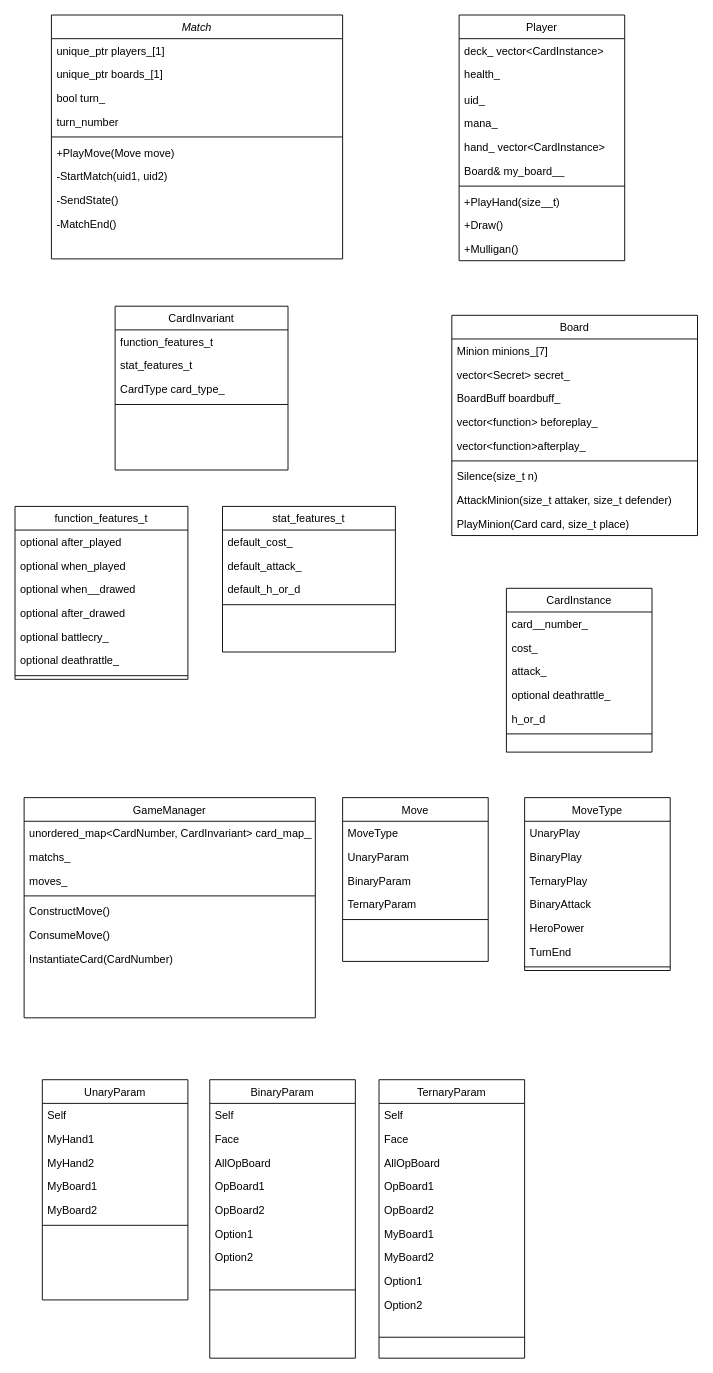
Before: overview.drawio in gsgyuhwan/hs_game_server_toyproject, a draw.io diagram. Source tidied: cells renumbered, new cells numbered last; positions are measured from the earlier drawing's top-left corner, leaving out a move shared by most shapes. Both pictures are drawn from the tidied source at 91%, with x=0, y=0 at pixel (15, 15).
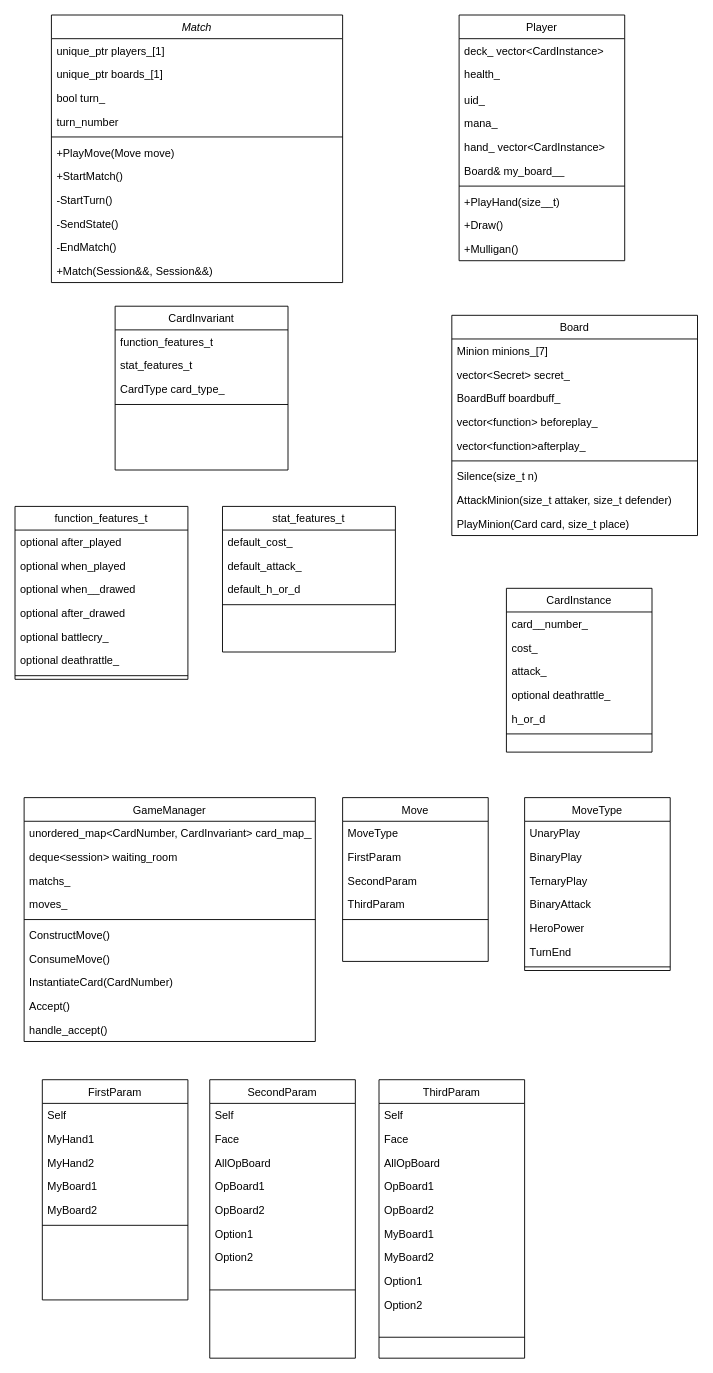
Above is the later version.

The change refers to these unchanged cells:
```xml
<mxCell id="53" value="Move" style="swimlane;fontStyle=0;align=center;verticalAlign=top;horizontal=1;startSize=26;rounded=0;shadow=0;strokeWidth=1;" parent="1" vertex="1">
  <mxGeometry x="360" y="860" width="160" height="180" as="geometry" />
</mxCell>
```

What changed in the source:
```diff
@@
     <mxCell id="2" value="Match" style="swimlane;fontStyle=2;align=center;verticalAlign=top;horizontal=1;startSize=26;rounded=0;shadow=0;strokeWidth=1;" parent="1" vertex="1">
-      <mxGeometry x="40" width="320" height="268" as="geometry" />
+      <mxGeometry x="40" width="320" height="294" as="geometry" />
     </mxCell>
@@
-    <mxCell id="9" value="-StartMatch(uid1, uid2)" style="text;align=left;verticalAlign=top;spacingLeft=4;spacingRight=4;overflow=hidden;rounded=0;shadow=0;html=0;" parent="2" vertex="1">
+    <mxCell id="9" value="+StartMatch()" style="text;align=left;verticalAlign=top;spacingLeft=4;spacingRight=4;overflow=hidden;rounded=0;shadow=0;html=0;" parent="2" vertex="1">
       <mxGeometry y="164" width="320" height="26" as="geometry" />
     </mxCell>
+    <mxCell id="107" value="-StartTurn()" style="text;align=left;verticalAlign=top;spacingLeft=4;spacingRight=4;overflow=hidden;rounded=0;shadow=0;html=0;" parent="2" vertex="1">
+      <mxGeometry y="190" width="320" height="26" as="geometry" />
+    </mxCell>
     <mxCell id="10" value="-SendState()" style="text;align=left;verticalAlign=top;spacingLeft=4;spacingRight=4;overflow=hidden;rounded=0;shadow=0;html=0;" parent="2" vertex="1">
-      <mxGeometry y="190" width="320" height="26" as="geometry" />
+      <mxGeometry y="216" width="320" height="26" as="geometry" />
     </mxCell>
-    <mxCell id="11" value="-MatchEnd()" style="text;align=left;verticalAlign=top;spacingLeft=4;spacingRight=4;overflow=hidden;rounded=0;shadow=0;html=0;" parent="2" vertex="1">
-      <mxGeometry y="216" width="320" height="26" as="geometry" />
+    <mxCell id="11" value="-EndMatch()" style="text;align=left;verticalAlign=top;spacingLeft=4;spacingRight=4;overflow=hidden;rounded=0;shadow=0;html=0;" parent="2" vertex="1">
+      <mxGeometry y="242" width="320" height="26" as="geometry" />
     </mxCell>
+    <mxCell id="108" value="+Match(Session&amp;&amp;, Session&amp;&amp;)" style="text;align=left;verticalAlign=top;spacingLeft=4;spacingRight=4;overflow=hidden;rounded=0;shadow=0;html=0;" parent="2" vertex="1">
+      <mxGeometry y="268" width="320" height="26" as="geometry" />
+    </mxCell>
@@
     <mxCell id="45" value="GameManager" style="swimlane;fontStyle=0;align=center;verticalAlign=top;horizontal=1;startSize=26;rounded=0;shadow=0;strokeWidth=1;" parent="1" vertex="1">
-      <mxGeometry x="10" y="860" width="320" height="242" as="geometry" />
+      <mxGeometry x="10" y="860" width="320" height="268" as="geometry" />
     </mxCell>
@@
-    <mxCell id="47" value="matchs_" style="text;align=left;verticalAlign=top;spacingLeft=4;spacingRight=4;overflow=hidden;" parent="45" vertex="1">
+    <mxCell id="47" value="deque&lt;session&gt; waiting_room" style="text;align=left;verticalAlign=top;spacingLeft=4;spacingRight=4;overflow=hidden;" parent="45" vertex="1">
       <mxGeometry y="52" width="320" height="26" as="geometry" />
     </mxCell>
+    <mxCell id="109" value="matchs_" style="text;align=left;verticalAlign=top;spacingLeft=4;spacingRight=4;overflow=hidden;" parent="45" vertex="1">
+      <mxGeometry y="78" width="320" height="26" as="geometry" />
+    </mxCell>
     <mxCell id="48" value="moves_" style="text;align=left;verticalAlign=top;spacingLeft=4;spacingRight=4;overflow=hidden;" parent="45" vertex="1">
-      <mxGeometry y="78" width="320" height="26" as="geometry" />
+      <mxGeometry y="104" width="320" height="26" as="geometry" />
     </mxCell>
     <mxCell id="49" style="line;html=1;strokeWidth=1;align=left;verticalAlign=middle;spacingTop=-1;spacingLeft=3;spacingRight=3;labelPosition=right;" parent="45" vertex="1">
-      <mxGeometry y="104" width="320" height="8" as="geometry" />
+      <mxGeometry y="130" width="320" height="8" as="geometry" />
     </mxCell>
     <mxCell id="50" value="ConstructMove()" style="text;align=left;verticalAlign=top;spacingLeft=4;spacingRight=4;overflow=hidden;" parent="45" vertex="1">
-      <mxGeometry y="112" width="320" height="26" as="geometry" />
+      <mxGeometry y="138" width="320" height="26" as="geometry" />
     </mxCell>
     <mxCell id="51" value="ConsumeMove()" style="text;align=left;verticalAlign=top;spacingLeft=4;spacingRight=4;overflow=hidden;" parent="45" vertex="1">
-      <mxGeometry y="138" width="320" height="26" as="geometry" />
+      <mxGeometry y="164" width="320" height="26" as="geometry" />
     </mxCell>
     <mxCell id="52" value="InstantiateCard(CardNumber)" style="text;align=left;verticalAlign=top;spacingLeft=4;spacingRight=4;overflow=hidden;" parent="45" vertex="1">
-      <mxGeometry y="164" width="320" height="26" as="geometry" />
+      <mxGeometry y="190" width="320" height="26" as="geometry" />
     </mxCell>
+    <mxCell id="110" value="Accept()" style="text;align=left;verticalAlign=top;spacingLeft=4;spacingRight=4;overflow=hidden;" parent="45" vertex="1">
+      <mxGeometry y="216" width="320" height="26" as="geometry" />
+    </mxCell>
+    <mxCell id="111" value="handle_accept()" style="text;align=left;verticalAlign=top;spacingLeft=4;spacingRight=4;overflow=hidden;" parent="45" vertex="1">
+      <mxGeometry y="242" width="320" height="26" as="geometry" />
+    </mxCell>
@@
-    <mxCell id="55" value="UnaryParam" style="text;align=left;verticalAlign=top;spacingLeft=4;spacingRight=4;overflow=hidden;" parent="53" vertex="1">
+    <mxCell id="55" value="FirstParam" style="text;align=left;verticalAlign=top;spacingLeft=4;spacingRight=4;overflow=hidden;" parent="53" vertex="1">
       <mxGeometry y="52" width="160" height="26" as="geometry" />
     </mxCell>
-    <mxCell id="56" value="BinaryParam" style="text;align=left;verticalAlign=top;spacingLeft=4;spacingRight=4;overflow=hidden;" parent="53" vertex="1">
+    <mxCell id="56" value="SecondParam" style="text;align=left;verticalAlign=top;spacingLeft=4;spacingRight=4;overflow=hidden;" parent="53" vertex="1">
       <mxGeometry y="78" width="160" height="26" as="geometry" />
     </mxCell>
-    <mxCell id="57" value="TernaryParam" style="text;align=left;verticalAlign=top;spacingLeft=4;spacingRight=4;overflow=hidden;" parent="53" vertex="1">
+    <mxCell id="57" value="ThirdParam" style="text;align=left;verticalAlign=top;spacingLeft=4;spacingRight=4;overflow=hidden;" parent="53" vertex="1">
       <mxGeometry y="104" width="160" height="26" as="geometry" />
     </mxCell>
@@
-    <mxCell id="59" value="UnaryParam" style="swimlane;fontStyle=0;align=center;verticalAlign=top;horizontal=1;startSize=26;rounded=0;shadow=0;strokeWidth=1;" parent="1" vertex="1">
+    <mxCell id="59" value="FirstParam" style="swimlane;fontStyle=0;align=center;verticalAlign=top;horizontal=1;startSize=26;rounded=0;shadow=0;strokeWidth=1;" parent="1" vertex="1">
       <mxGeometry x="30" y="1170" width="160" height="242" as="geometry" />
     </mxCell>
@@
-    <mxCell id="74" value="BinaryParam" style="swimlane;fontStyle=0;align=center;verticalAlign=top;horizontal=1;startSize=26;rounded=0;shadow=0;strokeWidth=1;" parent="1" vertex="1">
+    <mxCell id="74" value="SecondParam" style="swimlane;fontStyle=0;align=center;verticalAlign=top;horizontal=1;startSize=26;rounded=0;shadow=0;strokeWidth=1;" parent="1" vertex="1">
       <mxGeometry x="214" y="1170" width="160" height="306" as="geometry" />
     </mxCell>
@@
-    <mxCell id="83" value="TernaryParam" style="swimlane;fontStyle=0;align=center;verticalAlign=top;horizontal=1;startSize=26;rounded=0;shadow=0;strokeWidth=1;" parent="1" vertex="1">
+    <mxCell id="83" value="ThirdParam" style="swimlane;fontStyle=0;align=center;verticalAlign=top;horizontal=1;startSize=26;rounded=0;shadow=0;strokeWidth=1;" parent="1" vertex="1">
       <mxGeometry x="400" y="1170" width="160" height="306" as="geometry" />
     </mxCell>
```
